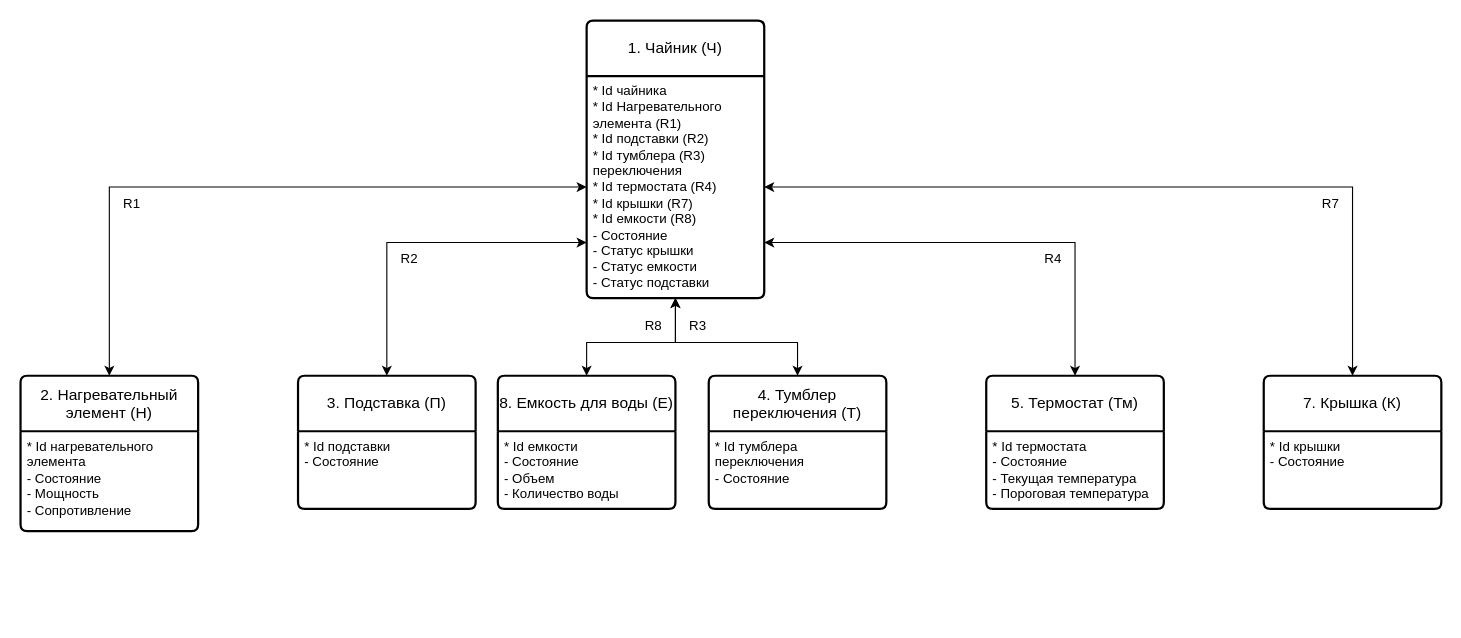
kanterroman/bmstu-oop keeps this draw.io diagram as page "Информационная модель" (1 of 5) of lab_05/lab_05.drawio. Above is the earlier version. Source tidied: cells renumbered, new cells numbered last; positions are measured from the earlier drawing's top-left corner, leaving out a move shared by most shapes. Both pictures are drawn from the tidied source at 111%, with x=0, y=0 at pixel (20, 20).
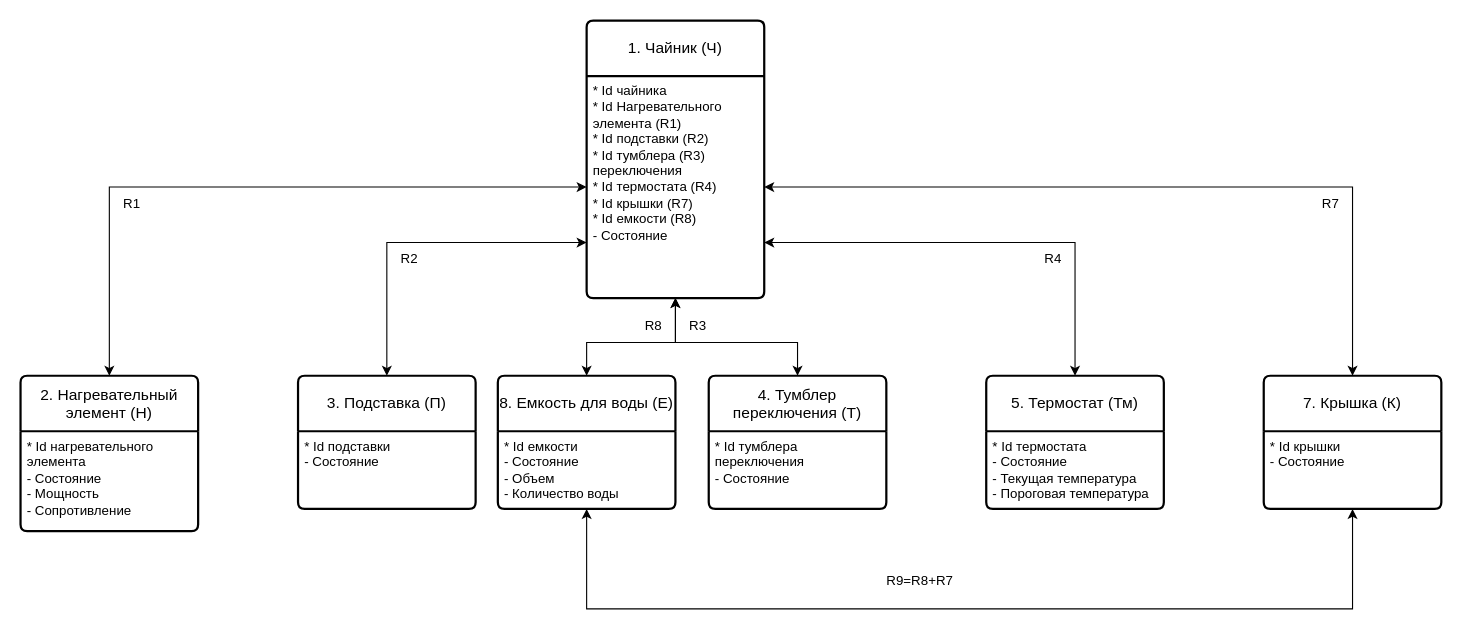
The same page after the edit.

The change refers to these unchanged cells:
```xml
<mxCell id="2" value="1. Чайник (Ч)" style="swimlane;horizontal=1;startSize=50;rounded=1;fontSize=14;fontStyle=0;strokeWidth=2;shadow=0;dashed=0;align=center;arcSize=4;whiteSpace=wrap;html=1;" parent="1" vertex="1">
  <mxGeometry x="510" width="160" height="250" as="geometry" />
</mxCell>
<mxCell id="21" value="* Id крышки&lt;div&gt;- Состояние&lt;/div&gt;" style="align=left;strokeColor=none;fillColor=none;spacingLeft=4;spacingRight=4;fontSize=12;verticalAlign=top;html=1;whiteSpace=wrap;" parent="20" vertex="1">
  <mxGeometry y="50" width="160" height="70" as="geometry" />
</mxCell>
<mxCell id="25" value="* Id емкости&lt;div&gt;&lt;div&gt;- Состояние&lt;/div&gt;&lt;/div&gt;&lt;div&gt;- Объем&lt;/div&gt;&lt;div&gt;- Количество воды&lt;/div&gt;" style="align=left;strokeColor=none;fillColor=none;spacingLeft=4;spacingRight=4;fontSize=12;verticalAlign=top;html=1;whiteSpace=wrap;" parent="24" vertex="1">
  <mxGeometry y="50" width="160" height="70" as="geometry" />
</mxCell>
```

Change to the diagram source:
```diff
@@
-    <mxCell id="3" value="* Id чайника&lt;div&gt;* Id Нагревательного элемента (R1)&lt;/div&gt;&lt;div&gt;* Id подставки (R2)&lt;/div&gt;&lt;div&gt;&lt;span style=&quot;background-color: transparent; color: light-dark(rgb(0, 0, 0), rgb(255, 255, 255));&quot;&gt;* Id тумблера (R3) переключения&lt;/span&gt;&lt;/div&gt;&lt;div&gt;* Id термостата (R4)&lt;/div&gt;&lt;div&gt;* Id крышки (R7)&lt;/div&gt;&lt;div&gt;* Id емкости (R8)&lt;/div&gt;&lt;div&gt;&lt;span style=&quot;background-color: transparent; color: light-dark(rgb(0, 0, 0), rgb(255, 255, 255));&quot;&gt;- Состояние&lt;/span&gt;&lt;/div&gt;&lt;div&gt;&lt;span style=&quot;background-color: transparent; color: light-dark(rgb(0, 0, 0), rgb(255, 255, 255));&quot;&gt;- Статус крышки&lt;/span&gt;&lt;/div&gt;&lt;div&gt;&lt;span style=&quot;background-color: transparent; color: light-dark(rgb(0, 0, 0), rgb(255, 255, 255));&quot;&gt;- Статус емкости&lt;/span&gt;&lt;/div&gt;&lt;div&gt;&lt;span style=&quot;background-color: transparent; color: light-dark(rgb(0, 0, 0), rgb(255, 255, 255));&quot;&gt;- Статус подставки&lt;/span&gt;&lt;/div&gt;" style="align=left;strokeColor=none;fillColor=none;spacingLeft=4;spacingRight=4;fontSize=12;verticalAlign=top;html=1;whiteSpace=wrap;" parent="2" vertex="1">
+    <mxCell id="3" value="* Id чайника&lt;div&gt;* Id Нагревательного элемента (R1)&lt;/div&gt;&lt;div&gt;* Id подставки (R2)&lt;/div&gt;&lt;div&gt;&lt;span style=&quot;background-color: transparent; color: light-dark(rgb(0, 0, 0), rgb(255, 255, 255));&quot;&gt;* Id тумблера (R3) переключения&lt;/span&gt;&lt;/div&gt;&lt;div&gt;* Id термостата (R4)&lt;/div&gt;&lt;div&gt;* Id крышки (R7)&lt;/div&gt;&lt;div&gt;* Id емкости (R8)&lt;/div&gt;&lt;div&gt;&lt;span style=&quot;background-color: transparent; color: light-dark(rgb(0, 0, 0), rgb(255, 255, 255));&quot;&gt;- Состояние&lt;/span&gt;&lt;/div&gt;" style="align=left;strokeColor=none;fillColor=none;spacingLeft=4;spacingRight=4;fontSize=12;verticalAlign=top;html=1;whiteSpace=wrap;" parent="2" vertex="1">
       <mxGeometry y="50" width="160" height="200" as="geometry" />
     </mxCell>
@@
+    <mxCell id="28" style="endArrow=classic;startArrow=classic;html=1;rounded=0;exitX=0.5;exitY=1;exitDx=0;exitDy=0;entryX=0.5;entryY=1;entryDx=0;entryDy=0;" parent="1" edge="1" source="25" target="21">
+      <mxGeometry relative="1" as="geometry">
+        <Array as="points">
+          <mxPoint x="510" y="530" />
+          <mxPoint x="1200" y="530" />
+        </Array>
+      </mxGeometry>
+    </mxCell>
+    <mxCell id="29" value="R9=R8+R7" style="text;html=1;align=center;verticalAlign=middle;strokeColor=none;fillColor=none;" parent="1" vertex="1">
+      <mxGeometry x="770" y="490" width="80" height="30" as="geometry" />
+    </mxCell>
```
